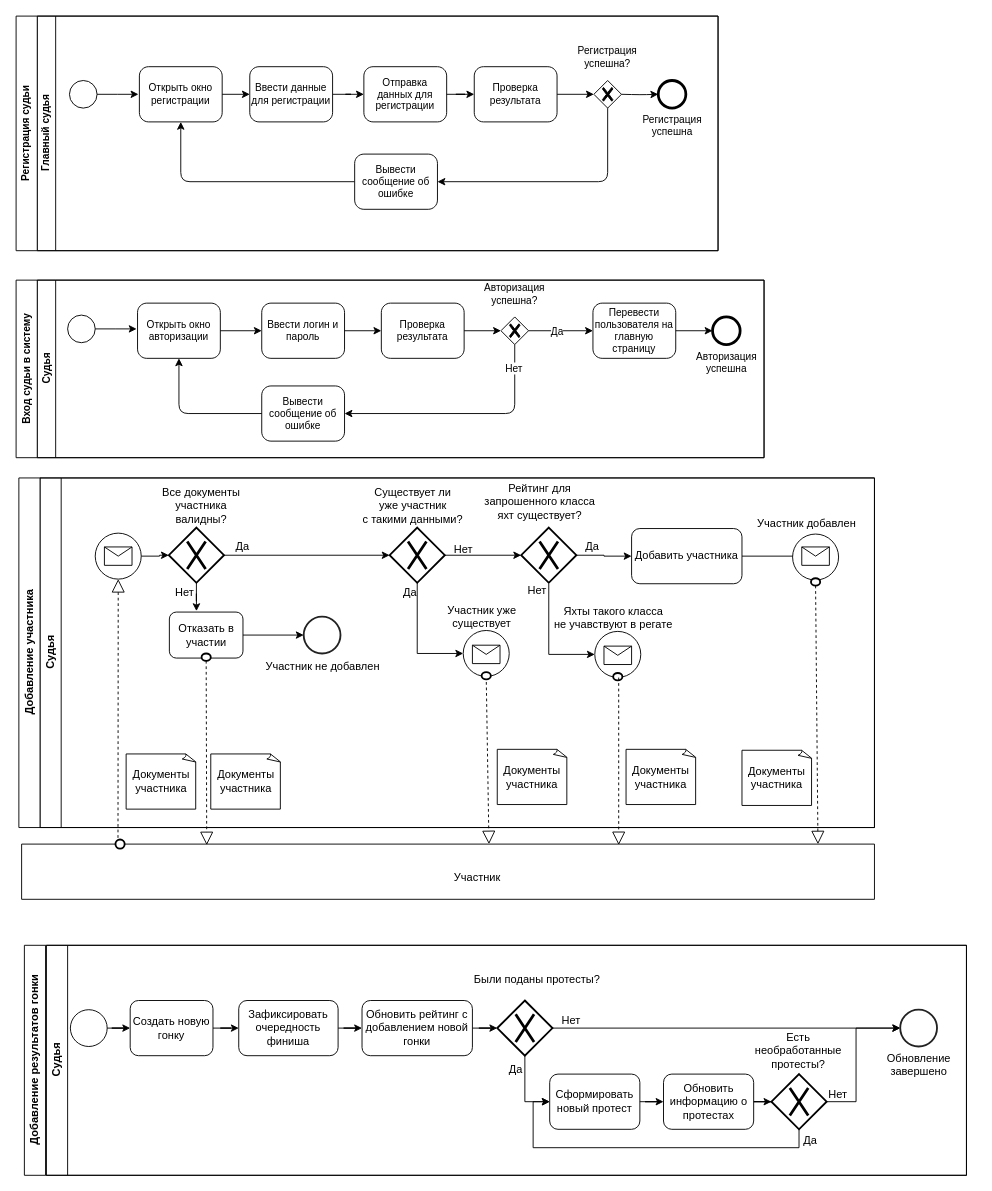
This is page "BPMN" (3 of 6) of schemes/Диаграммки.drawio from lalala-0/PPO_BMSTU, a draw.io file, before an edit. Source tidied: cells renumbered, new cells numbered last; positions are measured from the earlier drawing's top-left corner, leaving out a move shared by most shapes. Both pictures are drawn from the tidied source at 92%, with x=0, y=0 at pixel (16, 16).
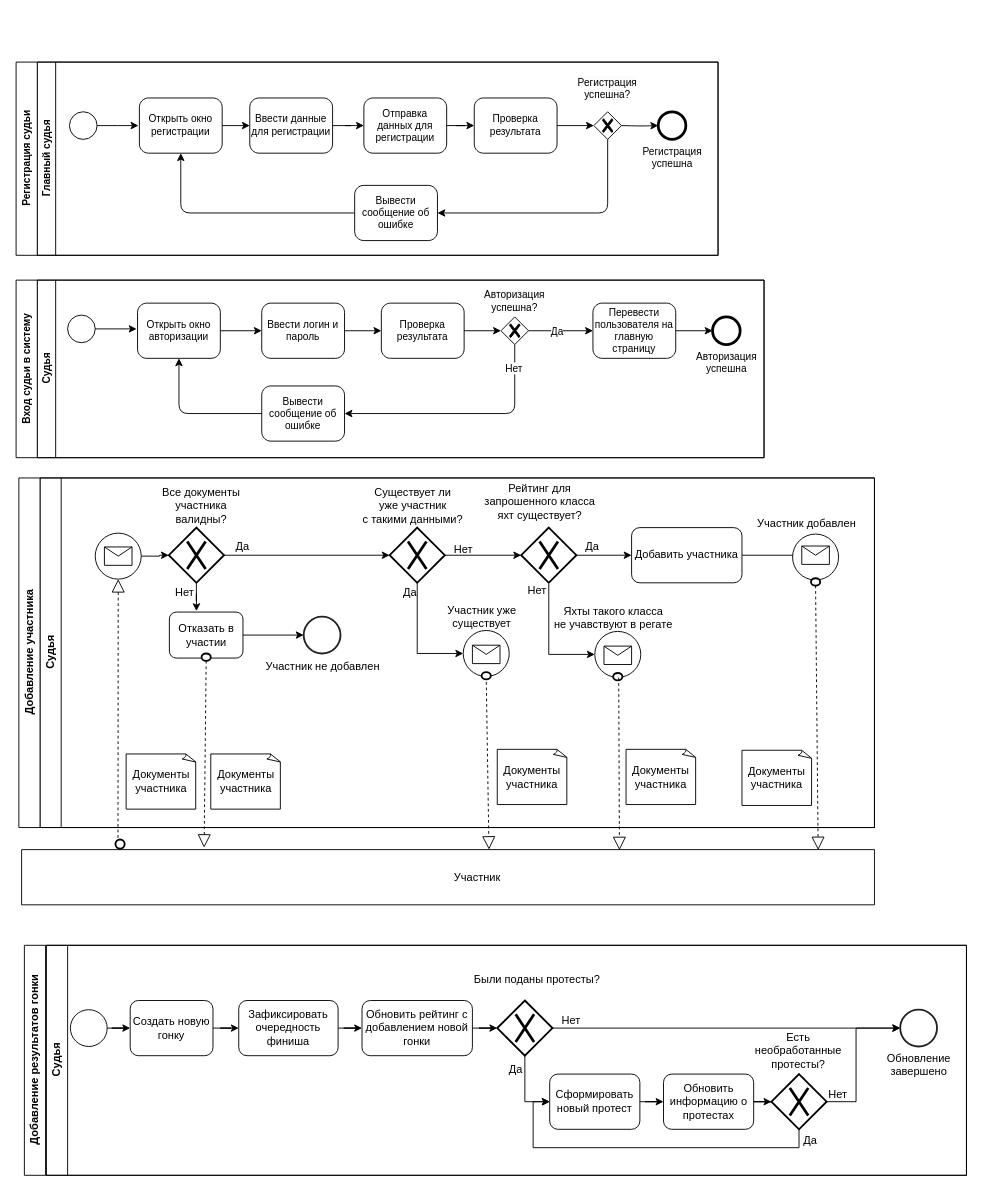
The same diagram, later.

Unchanged cells that the change refers to:
```xml
<mxCell id="44" value="Судья" style="swimlane;horizontal=0;whiteSpace=wrap;html=1;fillColor=#FFFFFF;" parent="43" vertex="1">
  <mxGeometry x="23" width="907" height="380" as="geometry" />
</mxCell>
<mxCell id="52" style="group;fontStyle=1;" parent="44" vertex="1">
  <mxGeometry x="818" y="61" width="50" height="50" as="geometry" />
</mxCell>
<mxCell id="77" style="strokeWidth=2;html=1;shape=mxgraph.flowchart.start_2;whiteSpace=wrap;fillColor=#FFFFFF;" parent="1" vertex="1">
  <mxGeometry x="864" y="611" width="10" height="8" as="geometry" />
</mxCell>
<mxCell id="99" value="&lt;b&gt;Судья&lt;/b&gt;" style="swimlane;html=1;startSize=20;horizontal=0;fontStyle=0;fontSize=11;" parent="1" vertex="1">
  <mxGeometry x="23" y="287" width="790" height="193" as="geometry" />
</mxCell>
```

What changed in the source:
```diff
@@
     <mxCell id="36" style="swimlane;startSize=0;" parent="1" vertex="1">
-      <mxGeometry x="6" y="900" width="927" height="60" as="geometry" />
+      <mxGeometry x="6" y="906" width="927" height="60" as="geometry" />
     </mxCell>
     <mxCell id="37" value="Участник" style="text;html=1;align=center;verticalAlign=middle;strokeColor=none;fillColor=none;" parent="36" vertex="1">
-      <mxGeometry x="460" y="22" width="70" height="30" as="geometry" />
+      <mxGeometry x="460" y="16" width="70" height="30" as="geometry" />
     </mxCell>
@@
     <mxCell id="51" value="Добавить участника" style="rounded=1;whiteSpace=wrap;html=1;" parent="44" vertex="1">
-      <mxGeometry x="643" y="55" width="120" height="60" as="geometry" />
+      <mxGeometry x="643" y="54" width="120" height="60" as="geometry" />
     </mxCell>
@@
     <mxCell id="54" style="shape=message;html=1;html=1;outlineConnect=0;labelPosition=center;verticalLabelPosition=bottom;align=center;verticalAlign=top;" parent="52" vertex="1">
-      <mxGeometry x="10" y="14" width="30" height="20" as="geometry" />
+      <mxGeometry x="10" y="13" width="30" height="20" as="geometry" />
     </mxCell>
@@
-    <mxCell id="79" style="endArrow=block;dashed=1;endFill=0;endSize=12;html=1;rounded=0;exitX=0.5;exitY=1;exitDx=0;exitDy=0;entryX=0.217;entryY=-0.031;entryDx=0;entryDy=0;entryPerimeter=0;" parent="1" edge="1">
+    <mxCell id="79" style="endArrow=block;dashed=1;endFill=0;endSize=12;html=1;rounded=0;exitX=0.5;exitY=1;exitDx=0;exitDy=0;entryX=0.214;entryY=-0.036;entryDx=0;entryDy=0;entryPerimeter=0;" parent="1" edge="1" target="36">
       <mxGeometry relative="1" as="geometry">
         <mxPoint x="206.6" y="700.8" as="sourcePoint" />
-        <mxPoint x="207.2" y="901.1" as="targetPoint" />
       </mxGeometry>
     </mxCell>
@@
-    <mxCell id="97" style="endArrow=block;dashed=1;endFill=0;endSize=12;html=1;rounded=0;exitX=0.5;exitY=1;exitDx=0;exitDy=0;entryX=0.486;entryY=0;entryDx=0;entryDy=0;entryPerimeter=0;" parent="1" edge="1">
+    <mxCell id="97" style="endArrow=block;dashed=1;endFill=0;endSize=12;html=1;rounded=0;exitX=0.5;exitY=1;exitDx=0;exitDy=0;entryX=0.701;entryY=0.01;entryDx=0;entryDy=0;entryPerimeter=0;" parent="1" edge="1" target="36">
       <mxGeometry relative="1" as="geometry">
         <mxPoint x="655" y="719" as="sourcePoint" />
-        <mxPoint x="655" y="901" as="targetPoint" />
       </mxGeometry>
     </mxCell>
-    <mxCell id="98" style="endArrow=block;dashed=1;endFill=0;endSize=12;html=1;rounded=0;exitX=0.5;exitY=1;exitDx=0;exitDy=0;exitPerimeter=0;entryX=0.939;entryY=-0.015;entryDx=0;entryDy=0;entryPerimeter=0;" parent="1" edge="1" source="77">
-      <mxGeometry relative="1" as="geometry">
-        <mxPoint x="871.6" y="900.1" as="targetPoint" />
-      </mxGeometry>
+    <mxCell id="98" style="endArrow=block;dashed=1;endFill=0;endSize=12;html=1;rounded=0;exitX=0.5;exitY=1;exitDx=0;exitDy=0;exitPerimeter=0;entryX=0.934;entryY=0.008;entryDx=0;entryDy=0;entryPerimeter=0;" parent="1" edge="1" source="77" target="36">
+      <mxGeometry relative="1" as="geometry" />
     </mxCell>
@@
     <mxCell id="106" value="&lt;span style=&quot;background-color: rgb(251, 251, 251); font-size: 11px;&quot;&gt;Авторизация успешна&lt;/span&gt;&lt;span style=&quot;background-color: rgb(255, 255, 255); font-size: 11px;&quot;&gt;?&lt;/span&gt;" style="text;html=1;strokeColor=none;fillColor=none;align=center;verticalAlign=middle;whiteSpace=wrap;rounded=0;fontSize=11;" parent="99" vertex="1">
-      <mxGeometry x="464" width="110" height="30" as="geometry" />
+      <mxGeometry x="464" y="8" width="110" height="30" as="geometry" />
     </mxCell>
@@
     <mxCell id="119" value="&lt;b&gt;Главный судья&lt;/b&gt;" style="swimlane;html=1;startSize=20;horizontal=0;fontStyle=0;fontSize=11;" parent="1" vertex="1">
-      <mxGeometry x="23" width="740" height="255" as="geometry" />
+      <mxGeometry x="23" y="50" width="740" height="210" as="geometry" />
     </mxCell>
     <mxCell id="120" style="points=[[0.145,0.145,0],[0.5,0,0],[0.855,0.145,0],[1,0.5,0],[0.855,0.855,0],[0.5,1,0],[0.145,0.855,0],[0,0.5,0]];shape=mxgraph.bpmn.event;html=1;verticalLabelPosition=bottom;labelBackgroundColor=#ffffff;verticalAlign=top;align=center;perimeter=ellipsePerimeter;outlineConnect=0;outline=standard;symbol=general;fontSize=11;" parent="119" vertex="1">
-      <mxGeometry x="35" y="70" width="30" height="30" as="geometry" />
+      <mxGeometry x="35" y="54" width="30" height="30" as="geometry" />
     </mxCell>
     <mxCell id="121" style="edgeStyle=orthogonalEdgeStyle;rounded=0;jettySize=auto;html=1;exitX=1;exitY=0.5;exitDx=0;exitDy=0;exitPerimeter=0;entryX=0;entryY=0.5;entryDx=0;entryDy=0;entryPerimeter=0;fontSize=11;" parent="119" edge="1" source="120">
       <mxGeometry relative="1" as="geometry">
-        <mxPoint x="110" y="85" as="targetPoint" />
+        <mxPoint x="110" y="69" as="targetPoint" />
       </mxGeometry>
     </mxCell>
     <mxCell id="122" value="Открыть окно регистрации" style="points=[[0.25,0,0],[0.5,0,0],[0.75,0,0],[1,0.25,0],[1,0.5,0],[1,0.75,0],[0.75,1,0],[0.5,1,0],[0.25,1,0],[0,0.75,0],[0,0.5,0],[0,0.25,0]];shape=mxgraph.bpmn.task;whiteSpace=wrap;rectStyle=rounded;size=10;html=1;taskMarker=abstract;fontSize=11;" parent="119" vertex="1">
-      <mxGeometry x="111" y="55" width="90" height="60" as="geometry" />
+      <mxGeometry x="111" y="39" width="90" height="60" as="geometry" />
     </mxCell>
@@
     <mxCell id="124" value="Ввести данные для регистрации" style="points=[[0.25,0,0],[0.5,0,0],[0.75,0,0],[1,0.25,0],[1,0.5,0],[1,0.75,0],[0.75,1,0],[0.5,1,0],[0.25,1,0],[0,0.75,0],[0,0.5,0],[0,0.25,0]];shape=mxgraph.bpmn.task;whiteSpace=wrap;rectStyle=rounded;size=10;html=1;taskMarker=abstract;fontSize=11;" parent="119" vertex="1">
-      <mxGeometry x="231" y="55" width="90" height="60" as="geometry" />
+      <mxGeometry x="231" y="39" width="90" height="60" as="geometry" />
     </mxCell>
@@
     <mxCell id="126" style="points=[[0.25,0.25,0],[0.5,0,0],[0.75,0.25,0],[1,0.5,0],[0.75,0.75,0],[0.5,1,0],[0.25,0.75,0],[0,0.5,0]];shape=mxgraph.bpmn.gateway2;html=1;verticalLabelPosition=bottom;labelBackgroundColor=#ffffff;verticalAlign=top;align=center;perimeter=rhombusPerimeter;outlineConnect=0;outline=none;symbol=none;gwType=exclusive;fontSize=11;" parent="119" vertex="1">
-      <mxGeometry x="605" y="70" width="30" height="30" as="geometry" />
+      <mxGeometry x="605" y="54" width="30" height="30" as="geometry" />
     </mxCell>
@@
     <mxCell id="128" value="&lt;span style=&quot;background-color: rgb(251, 251, 251); font-size: 11px;&quot;&gt;Регистрация успешна&lt;/span&gt;&lt;span style=&quot;background-color: rgb(255, 255, 255); font-size: 11px;&quot;&gt;?&lt;/span&gt;" style="text;html=1;strokeColor=none;fillColor=none;align=center;verticalAlign=middle;whiteSpace=wrap;rounded=0;fontSize=11;" parent="119" vertex="1">
-      <mxGeometry x="565" y="30" width="110" height="30" as="geometry" />
+      <mxGeometry x="565" y="14" width="110" height="30" as="geometry" />
     </mxCell>
@@
     <mxCell id="131" value="Проверка результата" style="points=[[0.25,0,0],[0.5,0,0],[0.75,0,0],[1,0.25,0],[1,0.5,0],[1,0.75,0],[0.75,1,0],[0.5,1,0],[0.25,1,0],[0,0.75,0],[0,0.5,0],[0,0.25,0]];shape=mxgraph.bpmn.task;whiteSpace=wrap;rectStyle=rounded;size=10;html=1;taskMarker=abstract;fontSize=11;" parent="119" vertex="1">
-      <mxGeometry x="475" y="55" width="90" height="60" as="geometry" />
+      <mxGeometry x="475" y="39" width="90" height="60" as="geometry" />
     </mxCell>
     <mxCell id="132" value="Вывести сообщение об ошибке" style="points=[[0.25,0,0],[0.5,0,0],[0.75,0,0],[1,0.25,0],[1,0.5,0],[1,0.75,0],[0.75,1,0],[0.5,1,0],[0.25,1,0],[0,0.75,0],[0,0.5,0],[0,0.25,0]];shape=mxgraph.bpmn.task;whiteSpace=wrap;rectStyle=rounded;size=10;html=1;taskMarker=abstract;fontSize=11;" parent="119" vertex="1">
-      <mxGeometry x="345" y="150" width="90" height="60" as="geometry" />
+      <mxGeometry x="345" y="134" width="90" height="60" as="geometry" />
     </mxCell>
     <mxCell id="133" value="Регистрация &lt;br&gt;успешна" style="points=[[0.145,0.145,0],[0.5,0,0],[0.855,0.145,0],[1,0.5,0],[0.855,0.855,0],[0.5,1,0],[0.145,0.855,0],[0,0.5,0]];shape=mxgraph.bpmn.event;html=1;verticalLabelPosition=bottom;labelBackgroundColor=#ffffff;verticalAlign=top;align=center;perimeter=ellipsePerimeter;outlineConnect=0;outline=end;symbol=terminate2;fontFamily=Helvetica;fontSize=11;fontColor=default;" parent="119" vertex="1">
-      <mxGeometry x="675" y="70" width="30" height="30" as="geometry" />
+      <mxGeometry x="675" y="54" width="30" height="30" as="geometry" />
     </mxCell>
     <mxCell id="134" style="edgeStyle=orthogonalEdgeStyle;shape=connector;rounded=1;jettySize=auto;html=1;exitX=1;exitY=0.5;exitDx=0;exitDy=0;exitPerimeter=0;entryX=0;entryY=0.5;entryDx=0;entryDy=0;entryPerimeter=0;labelBackgroundColor=default;strokeColor=default;align=center;verticalAlign=middle;fontFamily=Helvetica;fontSize=11;fontColor=default;endArrow=classic;" parent="119" edge="1" target="133">
       <mxGeometry relative="1" as="geometry">
-        <mxPoint x="635" y="85" as="sourcePoint" />
+        <mxPoint x="635" y="69" as="sourcePoint" />
       </mxGeometry>
     </mxCell>
     <mxCell id="135" value="Отправка данных для регистрации" style="points=[[0.25,0,0],[0.5,0,0],[0.75,0,0],[1,0.25,0],[1,0.5,0],[1,0.75,0],[0.75,1,0],[0.5,1,0],[0.25,1,0],[0,0.75,0],[0,0.5,0],[0,0.25,0]];shape=mxgraph.bpmn.task;whiteSpace=wrap;rectStyle=rounded;size=10;html=1;taskMarker=abstract;fontSize=11;" parent="119" vertex="1">
-      <mxGeometry x="355" y="55" width="90" height="60" as="geometry" />
+      <mxGeometry x="355" y="39" width="90" height="60" as="geometry" />
     </mxCell>
@@
     <mxCell id="138" value="&lt;b style=&quot;border-color: var(--border-color); font-size: 11px;&quot;&gt;Регистрация судьи&lt;/b&gt;" style="swimlane;horizontal=0;whiteSpace=wrap;html=1;" parent="1" vertex="1">
-      <mxGeometry width="763" height="255" as="geometry" />
+      <mxGeometry y="50" width="763" height="210" as="geometry" />
     </mxCell>
```
